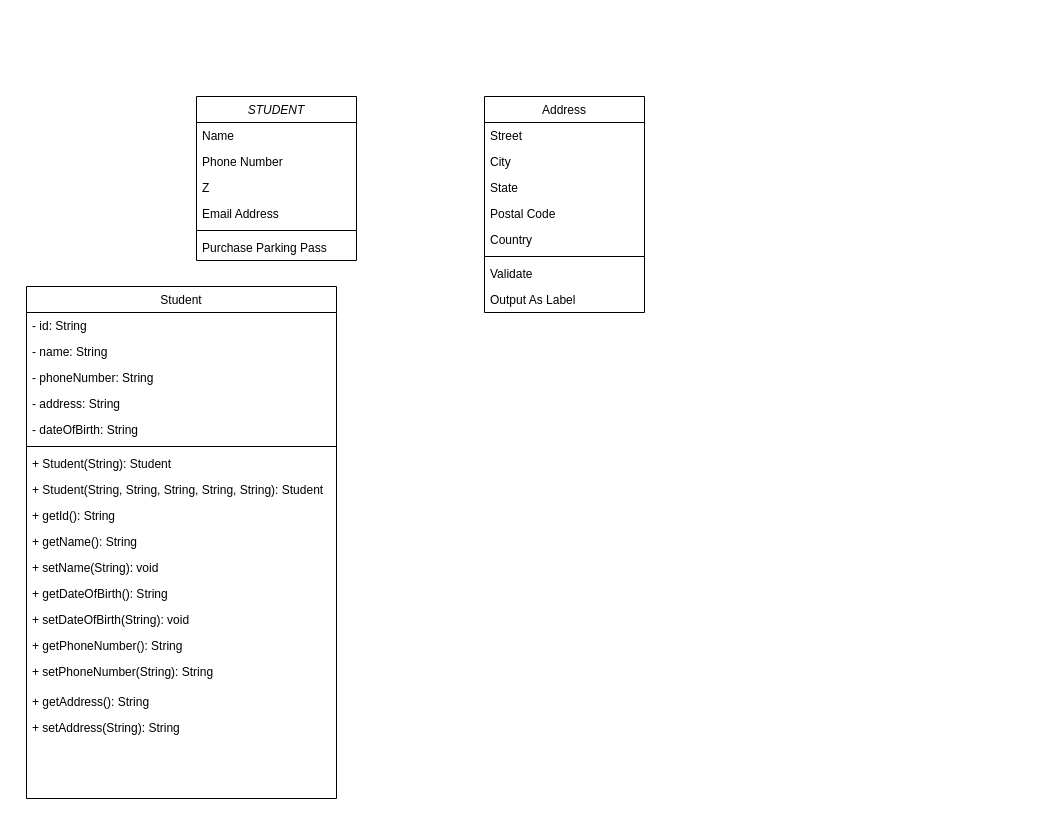
Above: Untitled Diagram.drawio in NguyenMinh1912/classdiagram (draw.io), before the change. Source tidied: cells renumbered, new cells numbered last; positions are measured from the earlier drawing's top-left corner, leaving out a move shared by most shapes. Both pictures are drawn from the tidied source at 100%, with x=0, y=0 at pixel (26, 96).
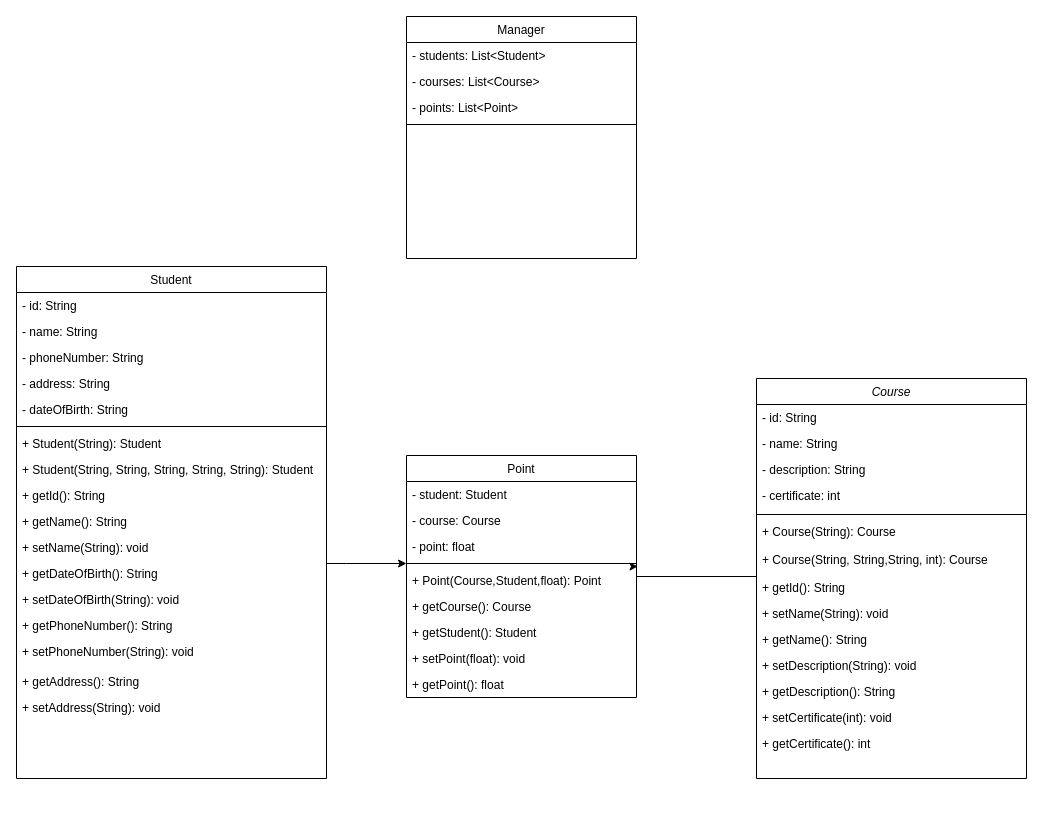
After the change.

Change to the diagram source:
```diff
@@
+    <mxCell id="36" style="edgeStyle=orthogonalEdgeStyle;rounded=0;jettySize=auto;html=1;entryX=1.006;entryY=-0.044;entryDx=0;entryDy=0;entryPerimeter=0;" parent="1" edge="1" source="2" target="54">
+      <mxGeometry relative="1" as="geometry">
+        <Array as="points">
+          <mxPoint x="610" y="480" />
+          <mxPoint x="610" y="470" />
+        </Array>
+      </mxGeometry>
+    </mxCell>
-    <mxCell id="2" value="STUDENT" style="swimlane;fontStyle=2;align=center;verticalAlign=top;horizontal=1;startSize=26;rounded=0;shadow=0;strokeWidth=1;" parent="1" vertex="1">
-      <mxGeometry x="170" width="160" height="164" as="geometry" />
+    <mxCell id="2" value="Course&#10;" style="swimlane;fontStyle=2;align=center;verticalAlign=top;horizontal=1;startSize=26;rounded=0;shadow=0;strokeWidth=1;" parent="1" vertex="1">
+      <mxGeometry x="730" y="282" width="270" height="400" as="geometry" />
     </mxCell>
-    <mxCell id="3" value="Name" style="text;align=left;verticalAlign=top;spacingLeft=4;spacingRight=4;overflow=hidden;" parent="2" vertex="1">
-      <mxGeometry y="26" width="160" height="26" as="geometry" />
-    </mxCell>
-    <mxCell id="4" value="Phone Number" style="text;align=left;verticalAlign=top;spacingLeft=4;spacingRight=4;overflow=hidden;rounded=0;shadow=0;html=0;" parent="2" vertex="1">
-      <mxGeometry y="52" width="160" height="26" as="geometry" />
-    </mxCell>
-    <mxCell id="5" value="Z" style="text;align=left;verticalAlign=top;spacingLeft=4;spacingRight=4;overflow=hidden;rounded=0;shadow=0;html=0;" parent="2" vertex="1">
-      <mxGeometry y="78" width="160" height="26" as="geometry" />
-    </mxCell>
-    <mxCell id="6" value="Email Address" style="text;align=left;verticalAlign=top;spacingLeft=4;spacingRight=4;overflow=hidden;rounded=0;shadow=0;html=0;" parent="2" vertex="1">
-      <mxGeometry y="104" width="160" height="26" as="geometry" />
-    </mxCell>
+    <mxCell id="37" value="- id: String" style="text;align=left;verticalAlign=top;spacingLeft=4;spacingRight=4;overflow=hidden;" parent="2" vertex="1">
+      <mxGeometry y="26" width="270" height="26" as="geometry" />
+    </mxCell>
+    <mxCell id="38" value="- name: String" style="text;align=left;verticalAlign=top;spacingLeft=4;spacingRight=4;overflow=hidden;rounded=0;shadow=0;html=0;" parent="2" vertex="1">
+      <mxGeometry y="52" width="270" height="26" as="geometry" />
+    </mxCell>
+    <mxCell id="39" value="- description: String" style="text;align=left;verticalAlign=top;spacingLeft=4;spacingRight=4;overflow=hidden;rounded=0;shadow=0;html=0;" parent="2" vertex="1">
+      <mxGeometry y="78" width="270" height="26" as="geometry" />
+    </mxCell>
+    <mxCell id="40" value="- certificate: int" style="text;align=left;verticalAlign=top;spacingLeft=4;spacingRight=4;overflow=hidden;rounded=0;shadow=0;html=0;" parent="2" vertex="1">
+      <mxGeometry y="104" width="270" height="28" as="geometry" />
+    </mxCell>
     <mxCell id="7" style="line;html=1;strokeWidth=1;align=left;verticalAlign=middle;spacingTop=-1;spacingLeft=3;spacingRight=3;labelPosition=right;" parent="2" vertex="1">
-      <mxGeometry y="130" width="160" height="8" as="geometry" />
+      <mxGeometry y="132" width="270" height="8" as="geometry" />
     </mxCell>
-    <mxCell id="8" value="Purchase Parking Pass" style="text;align=left;verticalAlign=top;spacingLeft=4;spacingRight=4;overflow=hidden;" parent="2" vertex="1">
-      <mxGeometry y="138" width="160" height="26" as="geometry" />
-    </mxCell>
+    <mxCell id="41" value="+ Course(String): Course&#10;" style="text;align=left;verticalAlign=top;spacingLeft=4;spacingRight=4;overflow=hidden;rounded=0;shadow=0;html=0;" parent="2" vertex="1">
+      <mxGeometry y="140" width="270" height="28" as="geometry" />
+    </mxCell>
+    <mxCell id="42" value="+ Course(String, String,String, int): Course&#10;" style="text;align=left;verticalAlign=top;spacingLeft=4;spacingRight=4;overflow=hidden;rounded=0;shadow=0;html=0;" parent="2" vertex="1">
+      <mxGeometry y="168" width="270" height="28" as="geometry" />
+    </mxCell>
+    <mxCell id="43" value="+ getId(): String" style="text;align=left;verticalAlign=top;spacingLeft=4;spacingRight=4;overflow=hidden;rounded=0;shadow=0;html=0;" parent="2" vertex="1">
+      <mxGeometry y="196" width="270" height="26" as="geometry" />
+    </mxCell>
+    <mxCell id="44" value="+ setName(String): void" style="text;align=left;verticalAlign=top;spacingLeft=4;spacingRight=4;overflow=hidden;rounded=0;shadow=0;html=0;" parent="2" vertex="1">
+      <mxGeometry y="222" width="270" height="26" as="geometry" />
+    </mxCell>
+    <mxCell id="45" value="+ getName(): String" style="text;align=left;verticalAlign=top;spacingLeft=4;spacingRight=4;overflow=hidden;rounded=0;shadow=0;html=0;" parent="2" vertex="1">
+      <mxGeometry y="248" width="270" height="26" as="geometry" />
+    </mxCell>
+    <mxCell id="46" value="+ setDescription(String): void" style="text;align=left;verticalAlign=top;spacingLeft=4;spacingRight=4;overflow=hidden;rounded=0;shadow=0;html=0;" parent="2" vertex="1">
+      <mxGeometry y="274" width="270" height="26" as="geometry" />
+    </mxCell>
+    <mxCell id="47" value="+ getDescription(): String" style="text;align=left;verticalAlign=top;spacingLeft=4;spacingRight=4;overflow=hidden;rounded=0;shadow=0;html=0;" parent="2" vertex="1">
+      <mxGeometry y="300" width="270" height="26" as="geometry" />
+    </mxCell>
+    <mxCell id="48" value="+ setCertificate(int): void" style="text;align=left;verticalAlign=top;spacingLeft=4;spacingRight=4;overflow=hidden;rounded=0;shadow=0;html=0;" parent="2" vertex="1">
+      <mxGeometry y="326" width="270" height="26" as="geometry" />
+    </mxCell>
+    <mxCell id="49" value="+ getCertificate(): int" style="text;align=left;verticalAlign=top;spacingLeft=4;spacingRight=4;overflow=hidden;rounded=0;shadow=0;html=0;" parent="2" vertex="1">
+      <mxGeometry y="352" width="270" height="26" as="geometry" />
+    </mxCell>
+    <mxCell id="50" style="edgeStyle=orthogonalEdgeStyle;rounded=0;jettySize=auto;html=1;" parent="1" edge="1" source="9" target="33">
+      <mxGeometry relative="1" as="geometry">
+        <Array as="points">
+          <mxPoint x="320" y="467" />
+          <mxPoint x="320" y="467" />
+        </Array>
+      </mxGeometry>
+    </mxCell>
     <mxCell id="9" value="Student" style="swimlane;fontStyle=0;align=center;verticalAlign=top;horizontal=1;startSize=26;rounded=0;shadow=0;strokeWidth=1;" parent="1" vertex="1">
-      <mxGeometry y="190" width="310" height="512" as="geometry" />
+      <mxGeometry x="-10" y="170" width="310" height="512" as="geometry" />
     </mxCell>
@@
-    <mxCell id="24" value="+ setPhoneNumber(String): String" style="text;align=left;verticalAlign=top;spacingLeft=4;spacingRight=4;overflow=hidden;rounded=0;shadow=0;html=0;" parent="9" vertex="1">
+    <mxCell id="24" value="+ setPhoneNumber(String): void" style="text;align=left;verticalAlign=top;spacingLeft=4;spacingRight=4;overflow=hidden;rounded=0;shadow=0;html=0;" parent="9" vertex="1">
       <mxGeometry y="372" width="310" height="30" as="geometry" />
     </mxCell>
@@
-    <mxCell id="26" value="+ setAddress(String): String" style="text;align=left;verticalAlign=top;spacingLeft=4;spacingRight=4;overflow=hidden;rounded=0;shadow=0;html=0;" parent="9" vertex="1">
+    <mxCell id="26" value="+ setAddress(String): void" style="text;align=left;verticalAlign=top;spacingLeft=4;spacingRight=4;overflow=hidden;rounded=0;shadow=0;html=0;" parent="9" vertex="1">
       <mxGeometry y="428" width="310" height="30" as="geometry" />
     </mxCell>
-    <mxCell id="27" value="Address" style="swimlane;fontStyle=0;align=center;verticalAlign=top;horizontal=1;startSize=26;rounded=0;shadow=0;strokeWidth=1;" parent="1" vertex="1">
-      <mxGeometry x="458" width="160" height="216" as="geometry" />
+    <mxCell id="27" value="Point&#10;" style="swimlane;fontStyle=0;align=center;verticalAlign=top;horizontal=1;startSize=26;rounded=0;shadow=0;strokeWidth=1;" parent="1" vertex="1">
+      <mxGeometry x="380" y="359" width="230" height="242" as="geometry" />
     </mxCell>
-    <mxCell id="28" value="Street" style="text;align=left;verticalAlign=top;spacingLeft=4;spacingRight=4;overflow=hidden;" parent="27" vertex="1">
-      <mxGeometry y="26" width="160" height="26" as="geometry" />
-    </mxCell>
-    <mxCell id="29" value="City" style="text;align=left;verticalAlign=top;spacingLeft=4;spacingRight=4;overflow=hidden;rounded=0;shadow=0;html=0;" parent="27" vertex="1">
-      <mxGeometry y="52" width="160" height="26" as="geometry" />
-    </mxCell>
-    <mxCell id="30" value="State" style="text;align=left;verticalAlign=top;spacingLeft=4;spacingRight=4;overflow=hidden;rounded=0;shadow=0;html=0;" parent="27" vertex="1">
-      <mxGeometry y="78" width="160" height="26" as="geometry" />
-    </mxCell>
-    <mxCell id="31" value="Postal Code" style="text;align=left;verticalAlign=top;spacingLeft=4;spacingRight=4;overflow=hidden;rounded=0;shadow=0;html=0;" parent="27" vertex="1">
-      <mxGeometry y="104" width="160" height="26" as="geometry" />
-    </mxCell>
-    <mxCell id="32" value="Country" style="text;align=left;verticalAlign=top;spacingLeft=4;spacingRight=4;overflow=hidden;rounded=0;shadow=0;html=0;" parent="27" vertex="1">
-      <mxGeometry y="130" width="160" height="26" as="geometry" />
-    </mxCell>
+    <mxCell id="51" value="- student: Student" style="text;align=left;verticalAlign=top;spacingLeft=4;spacingRight=4;overflow=hidden;rounded=0;shadow=0;html=0;" parent="27" vertex="1">
+      <mxGeometry y="26" width="230" height="26" as="geometry" />
+    </mxCell>
+    <mxCell id="52" value="- course: Course" style="text;align=left;verticalAlign=top;spacingLeft=4;spacingRight=4;overflow=hidden;" parent="27" vertex="1">
+      <mxGeometry y="52" width="230" height="26" as="geometry" />
+    </mxCell>
+    <mxCell id="53" value="- point: float" style="text;align=left;verticalAlign=top;spacingLeft=4;spacingRight=4;overflow=hidden;rounded=0;shadow=0;html=0;" parent="27" vertex="1">
+      <mxGeometry y="78" width="230" height="26" as="geometry" />
+    </mxCell>
     <mxCell id="33" style="line;html=1;strokeWidth=1;align=left;verticalAlign=middle;spacingTop=-1;spacingLeft=3;spacingRight=3;labelPosition=right;points=[];portConstraint=eastwest;" parent="27" vertex="1">
-      <mxGeometry y="156" width="160" height="8" as="geometry" />
+      <mxGeometry y="104" width="230" height="8" as="geometry" />
     </mxCell>
-    <mxCell id="34" value="Validate" style="text;align=left;verticalAlign=top;spacingLeft=4;spacingRight=4;overflow=hidden;" parent="27" vertex="1">
-      <mxGeometry y="164" width="160" height="26" as="geometry" />
-    </mxCell>
-    <mxCell id="35" value="Output As Label" style="text;align=left;verticalAlign=top;spacingLeft=4;spacingRight=4;overflow=hidden;" parent="27" vertex="1">
-      <mxGeometry y="190" width="160" height="26" as="geometry" />
-    </mxCell>
+    <mxCell id="54" value="+ Point(Course,Student,float): Point" style="text;align=left;verticalAlign=top;spacingLeft=4;spacingRight=4;overflow=hidden;points=[[0,0.5],[1,0.5]];portConstraint=eastwest;rounded=0;shadow=0;html=0;" parent="27" vertex="1">
+      <mxGeometry y="112" width="230" height="26" as="geometry" />
+    </mxCell>
+    <mxCell id="55" value="+ getCourse(): Course" style="text;align=left;verticalAlign=top;spacingLeft=4;spacingRight=4;overflow=hidden;rounded=0;shadow=0;html=0;" parent="27" vertex="1">
+      <mxGeometry y="138" width="230" height="26" as="geometry" />
+    </mxCell>
+    <mxCell id="56" value="+ getStudent(): Student" style="text;align=left;verticalAlign=top;spacingLeft=4;spacingRight=4;overflow=hidden;rounded=0;shadow=0;html=0;" parent="27" vertex="1">
+      <mxGeometry y="164" width="230" height="26" as="geometry" />
+    </mxCell>
+    <mxCell id="57" value="+ setPoint(float): void" style="text;align=left;verticalAlign=top;spacingLeft=4;spacingRight=4;overflow=hidden;rounded=0;shadow=0;html=0;" parent="27" vertex="1">
+      <mxGeometry y="190" width="230" height="26" as="geometry" />
+    </mxCell>
+    <mxCell id="58" value="+ getPoint(): float" style="text;align=left;verticalAlign=top;spacingLeft=4;spacingRight=4;overflow=hidden;rounded=0;shadow=0;html=0;" parent="27" vertex="1">
+      <mxGeometry y="216" width="230" height="26" as="geometry" />
+    </mxCell>
+    <mxCell id="59" value="Manager&#10;&#10;" style="swimlane;fontStyle=0;align=center;verticalAlign=top;horizontal=1;startSize=26;rounded=0;shadow=0;strokeWidth=1;" parent="1" vertex="1">
+      <mxGeometry x="380" y="-80" width="230" height="242" as="geometry" />
+    </mxCell>
+    <mxCell id="60" value="- students: List&lt;Student&gt;" style="text;align=left;verticalAlign=top;spacingLeft=4;spacingRight=4;overflow=hidden;rounded=0;shadow=0;html=0;" parent="59" vertex="1">
+      <mxGeometry y="26" width="230" height="26" as="geometry" />
+    </mxCell>
+    <mxCell id="61" value="- courses: List&lt;Course&gt;" style="text;align=left;verticalAlign=top;spacingLeft=4;spacingRight=4;overflow=hidden;" parent="59" vertex="1">
+      <mxGeometry y="52" width="230" height="26" as="geometry" />
+    </mxCell>
+    <mxCell id="62" value="- points: List&lt;Point&gt;" style="text;align=left;verticalAlign=top;spacingLeft=4;spacingRight=4;overflow=hidden;rounded=0;shadow=0;html=0;" parent="59" vertex="1">
+      <mxGeometry y="78" width="230" height="26" as="geometry" />
+    </mxCell>
+    <mxCell id="63" style="line;html=1;strokeWidth=1;align=left;verticalAlign=middle;spacingTop=-1;spacingLeft=3;spacingRight=3;labelPosition=right;" parent="59" vertex="1">
+      <mxGeometry y="104" width="230" height="8" as="geometry" />
+    </mxCell>
```
